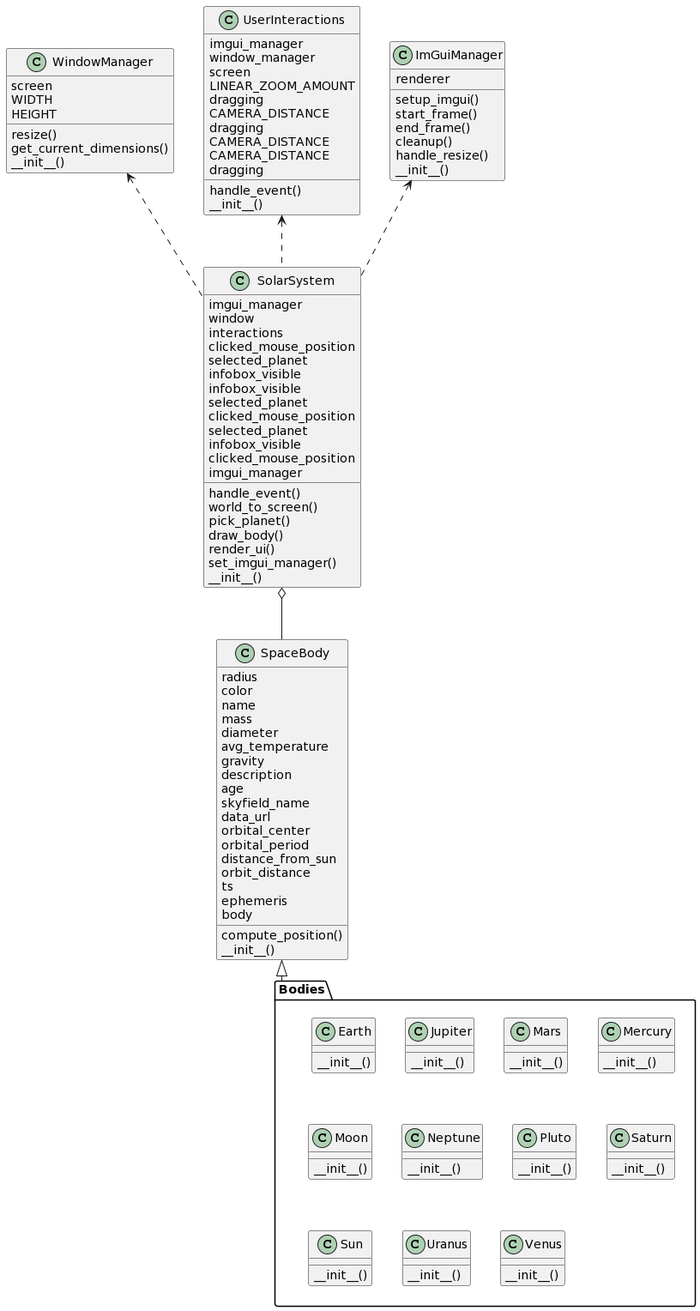
Before: class_diagram.png, a diagram exported from PlantUML (pramasahayam/special-bassoon).
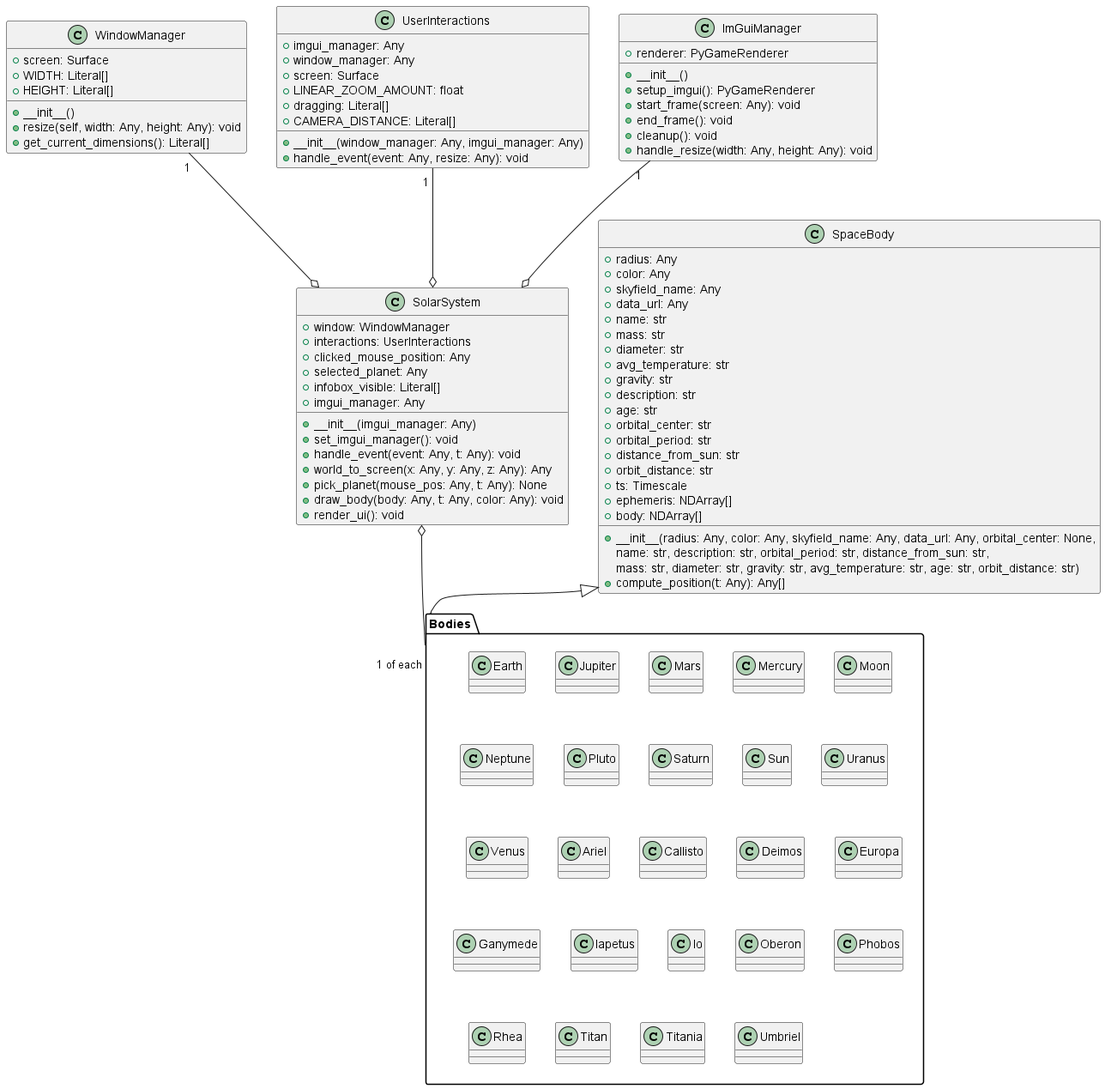
Later version of the same file.

Commit message:
updated class diagram

Diff of the diagram source:
```diff
@@ -1,133 +1,137 @@
 @startuml
 class SolarSystem {
-    handle_event()
-    world_to_screen()
-    pick_planet()
-    draw_body()
-    render_ui()
-    set_imgui_manager()
-        imgui_manager
-    window
-    interactions
-    clicked_mouse_position
-    selected_planet
-    infobox_visible
-    infobox_visible
-    selected_planet
-    clicked_mouse_position
-    selected_planet
-    infobox_visible
-    clicked_mouse_position
-    imgui_manager
-    __init__()
+    +__init__(imgui_manager: Any)
+    +set_imgui_manager(): void
+    +handle_event(event: Any, t: Any): void
+    +world_to_screen(x: Any, y: Any, z: Any): Any
+    +pick_planet(mouse_pos: Any, t: Any): None
+    +draw_body(body: Any, t: Any, color: Any): void
+    +render_ui(): void
+    +window: WindowManager
+    +interactions: UserInteractions
+    +clicked_mouse_position: Any
+    +selected_planet: Any
+    +infobox_visible: Literal[]
+    +imgui_manager: Any
 }
-WindowManager <.. SolarSystem
-UserInteractions <.. SolarSystem
-ImGuiManager <.. SolarSystem
+WindowManager "1 " --o SolarSystem
+UserInteractions "1 " --o SolarSystem
+ImGuiManager "1" --o SolarSystem
 
 class UserInteractions {
-    handle_event()
-        imgui_manager
-    window_manager
-    screen
-    LINEAR_ZOOM_AMOUNT
-    dragging
-    CAMERA_DISTANCE
-    dragging
-    CAMERA_DISTANCE
-    CAMERA_DISTANCE
-    dragging
-    __init__()
+    +__init__(window_manager: Any, imgui_manager: Any)
+    +handle_event(event: Any, resize: Any): void
+    +imgui_manager: Any
+    +window_manager: Any
+    +screen: Surface
+    +LINEAR_ZOOM_AMOUNT: float
+    +dragging: Literal[]
+    +CAMERA_DISTANCE: Literal[]
+
 }
 
 class ImGuiManager {
-    setup_imgui()
-    start_frame()
-    end_frame()
-    cleanup()
-    handle_resize()
-        renderer
-    __init__()
+    +__init__()
+    +setup_imgui(): PyGameRenderer
+    +start_frame(screen: Any): void
+    +end_frame(): void
+    +cleanup(): void
+    +handle_resize(width: Any, height: Any): void
+    +renderer: PyGameRenderer
+
 }
 
 class WindowManager {
-    resize()
-    get_current_dimensions()
-        screen
-    WIDTH
-    HEIGHT
-    __init__()
+    +__init__()
+    +resize(self, width: Any, height: Any): void
+    +screen: Surface
+    +get_current_dimensions(): Literal[]
+    +WIDTH: Literal[]
+    +HEIGHT: Literal[]
+
 }
 
 class SpaceBody {
-    compute_position()
-        radius
-    color
-    name
-    mass
-    diameter
-    avg_temperature
-    gravity
-    description
-    age
-    skyfield_name
-    data_url
-    orbital_center
-    orbital_period
-    distance_from_sun
-    orbit_distance
-    ts
-    ephemeris
-    body
-    __init__()
+    +__init__(radius: Any, color: Any, skyfield_name: Any, data_url: Any, orbital_center: None,
+    {method} name: str, description: str, orbital_period: str, distance_from_sun: str,
+    {method} mass: str, diameter: str, gravity: str, avg_temperature: str, age: str, orbit_distance: str)
+    +compute_position(t: Any): Any[]
+    +radius: Any
+    +color: Any
+    +skyfield_name: Any
+    +data_url: Any
+    +name: str
+    +mass: str
+    +diameter: str
+    +avg_temperature: str
+    +gravity: str
+    +description: str
+    +age: str
+    +orbital_center: str
+    +orbital_period: str
+    +distance_from_sun: str
+    +orbit_distance: str
+    +ts: Timescale
+    +ephemeris: NDArray[]
+    +body: NDArray[]
+
 }
-SolarSystem o-- SpaceBody
+SolarSystem o-- "1 of each   " Bodies
+SolarSystem -[hidden]-> Bodies
 
 package "Bodies" {
 
-    class Earth {
-        __init__()
-    }
+    class Earth {}
 
-    class Jupiter {
-            __init__()
-    }
+    class Jupiter {}
 
-    class Mars {
-            __init__()
-    }
+    class Mars {}
 
-    class Mercury {
-            __init__()
-    }
+    class Mercury {}
 
-    class Moon {
-            __init__()
-    }
+    class Moon {}
 
-    class Neptune {
-            __init__()
-    }
+    class Neptune {}
 
-    class Pluto {
-            __init__()
-    }
+    class Pluto {}
 
-    class Saturn {
-            __init__()
-    }
+    class Saturn {}
 
-    class Sun {
-            __init__()
-    }
+    class Sun {}
 
-    class Uranus {
-            __init__()
-    }
+    class Uranus {}
 
-    class Venus {
-            __init__()
-    }
+    class Venus {}
+
+    class Pluto {}
+
+    class Ariel {}
+
+    class Callisto {}
+
+    class Deimos {}
+
+    class Europa {}
+
+    class Ganymede {}
+
+    class Iapetus {}
+
+    class Io {}
+
+    class Moon {}
+
+    class Oberon {}
+
+    class Phobos {}
+
+    class Rhea {}
+
+    class Titan {}
+
+    class Titania {}
+
+    class Umbriel {}
 }
 
 SpaceBody <|-- Bodies
```
